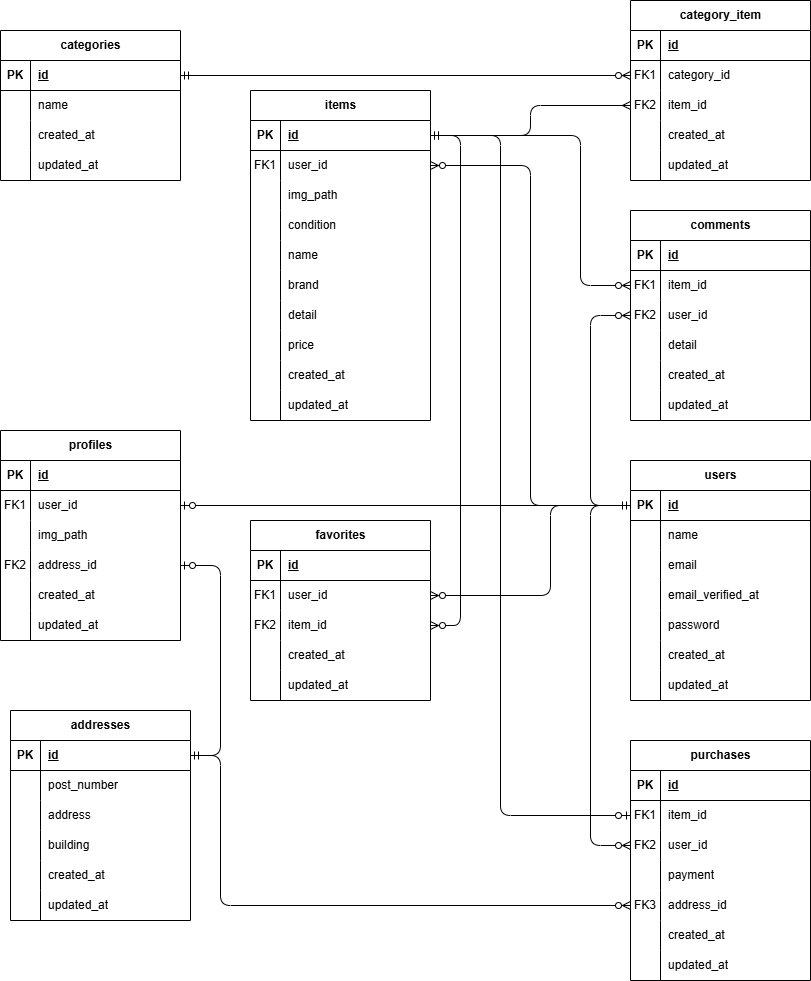
Earlier version of the draw.io export ER.drawio.png (kasahara-dev/kasahara-mogi1). Source tidied: cells renumbered, new cells last; positions are measured from the earlier drawing's top-left corner, leaving out a move shared by most shapes.
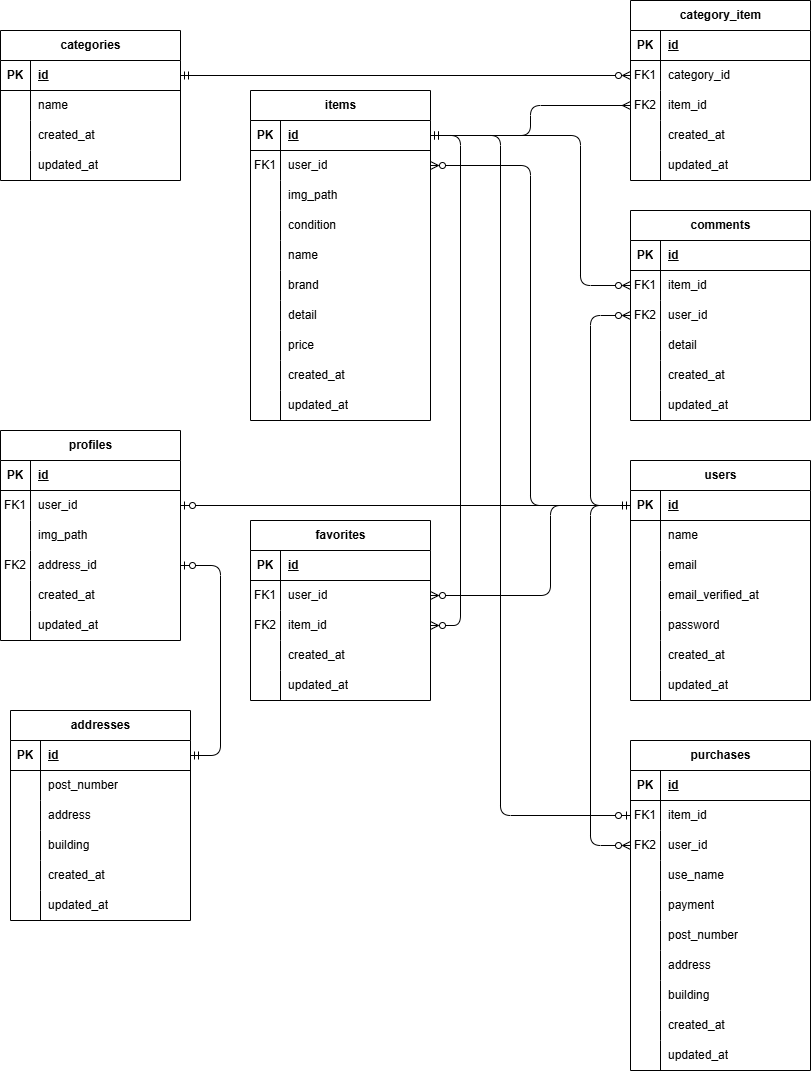
After the commit.

What changed in the source:
```diff
@@ -336,7 +336,7 @@
       <mxGeometry x="30" width="150" height="30" as="geometry" />
     </mxCell>
     <mxCell id="113" value="purchases" style="shape=table;startSize=30;rowLines=0;fontStyle=1;align=center;html=1;" parent="1" vertex="1">
-      <mxGeometry x="630" y="740" width="180" height="240" as="geometry" />
+      <mxGeometry x="630" y="740" width="180" height="330" as="geometry" />
     </mxCell>
     <mxCell id="114" style="shape=tableRow;horizontal=0;startSize=0;swimlaneHead=0;swimlaneBody=0;fillColor=none;top=0;left=0;right=0;bottom=1;" parent="113" vertex="1">
       <mxGeometry y="30" width="180" height="30" as="geometry" />
@@ -365,8 +365,17 @@
     <mxCell id="122" value="user_id" style="shape=partialRectangle;fillColor=none;top=0;left=0;bottom=0;right=0;align=left;spacingLeft=6;overflow=hidden;whiteSpace=wrap;html=1;" parent="120" vertex="1">
       <mxGeometry x="30" width="150" height="30" as="geometry" />
     </mxCell>
+    <mxCell id="191" style="shape=tableRow;horizontal=0;startSize=0;swimlaneHead=0;swimlaneBody=0;fillColor=none;top=0;left=0;right=0;bottom=0;" parent="113" vertex="1">
+      <mxGeometry y="120" width="180" height="30" as="geometry" />
+    </mxCell>
+    <mxCell id="192" style="shape=partialRectangle;fillColor=none;top=0;left=0;bottom=0;right=0;overflow=hidden;whiteSpace=wrap;html=1;" parent="191" vertex="1">
+      <mxGeometry width="30" height="30" as="geometry" />
+    </mxCell>
+    <mxCell id="193" value="use_name" style="shape=partialRectangle;fillColor=none;top=0;left=0;bottom=0;right=0;align=left;spacingLeft=6;overflow=hidden;whiteSpace=wrap;html=1;" parent="191" vertex="1">
+      <mxGeometry x="30" width="150" height="30" as="geometry" />
+    </mxCell>
     <mxCell id="123" style="shape=tableRow;horizontal=0;startSize=0;swimlaneHead=0;swimlaneBody=0;fillColor=none;top=0;left=0;right=0;bottom=0;" parent="113" vertex="1">
-      <mxGeometry y="120" width="180" height="30" as="geometry" />
+      <mxGeometry y="150" width="180" height="30" as="geometry" />
     </mxCell>
     <mxCell id="124" style="shape=partialRectangle;fillColor=none;top=0;left=0;bottom=0;right=0;overflow=hidden;whiteSpace=wrap;html=1;" parent="123" vertex="1">
       <mxGeometry width="30" height="30" as="geometry" />
@@ -375,16 +384,34 @@
       <mxGeometry x="30" width="150" height="30" as="geometry" />
     </mxCell>
     <mxCell id="126" style="shape=tableRow;horizontal=0;startSize=0;swimlaneHead=0;swimlaneBody=0;fillColor=none;points=[[0,0.5],[1,0.5]];portConstraint=eastwest;top=0;left=0;right=0;bottom=0;" parent="113" vertex="1">
-      <mxGeometry y="150" width="180" height="30" as="geometry" />
+      <mxGeometry y="180" width="180" height="30" as="geometry" />
     </mxCell>
-    <mxCell id="127" value="FK3" style="shape=partialRectangle;fillColor=none;top=0;left=0;bottom=0;right=0;overflow=hidden;whiteSpace=wrap;html=1;" parent="126" vertex="1">
+    <mxCell id="127" style="shape=partialRectangle;fillColor=none;top=0;left=0;bottom=0;right=0;overflow=hidden;whiteSpace=wrap;html=1;" parent="126" vertex="1">
       <mxGeometry width="30" height="30" as="geometry" />
     </mxCell>
-    <mxCell id="128" value="address_id" style="shape=partialRectangle;fillColor=none;top=0;left=0;bottom=0;right=0;align=left;spacingLeft=6;overflow=hidden;whiteSpace=wrap;html=1;" parent="126" vertex="1">
+    <mxCell id="128" value="post_number" style="shape=partialRectangle;fillColor=none;top=0;left=0;bottom=0;right=0;align=left;spacingLeft=6;overflow=hidden;whiteSpace=wrap;html=1;" parent="126" vertex="1">
       <mxGeometry x="30" width="150" height="30" as="geometry" />
     </mxCell>
+    <mxCell id="194" style="shape=tableRow;horizontal=0;startSize=0;swimlaneHead=0;swimlaneBody=0;fillColor=none;top=0;left=0;right=0;bottom=0;" parent="113" vertex="1">
+      <mxGeometry y="210" width="180" height="30" as="geometry" />
+    </mxCell>
+    <mxCell id="195" style="shape=partialRectangle;fillColor=none;top=0;left=0;bottom=0;right=0;overflow=hidden;whiteSpace=wrap;html=1;" parent="194" vertex="1">
+      <mxGeometry width="30" height="30" as="geometry" />
+    </mxCell>
+    <mxCell id="196" value="address" style="shape=partialRectangle;fillColor=none;top=0;left=0;bottom=0;right=0;align=left;spacingLeft=6;overflow=hidden;whiteSpace=wrap;html=1;" parent="194" vertex="1">
+      <mxGeometry x="30" width="150" height="30" as="geometry" />
+    </mxCell>
+    <mxCell id="197" style="shape=tableRow;horizontal=0;startSize=0;swimlaneHead=0;swimlaneBody=0;fillColor=none;top=0;left=0;right=0;bottom=0;" parent="113" vertex="1">
+      <mxGeometry y="240" width="180" height="30" as="geometry" />
+    </mxCell>
+    <mxCell id="198" style="shape=partialRectangle;fillColor=none;top=0;left=0;bottom=0;right=0;overflow=hidden;whiteSpace=wrap;html=1;" parent="197" vertex="1">
+      <mxGeometry width="30" height="30" as="geometry" />
+    </mxCell>
+    <mxCell id="199" value="building" style="shape=partialRectangle;fillColor=none;top=0;left=0;bottom=0;right=0;align=left;spacingLeft=6;overflow=hidden;whiteSpace=wrap;html=1;" parent="197" vertex="1">
+      <mxGeometry x="30" width="150" height="30" as="geometry" />
+    </mxCell>
     <mxCell id="129" style="shape=tableRow;horizontal=0;startSize=0;swimlaneHead=0;swimlaneBody=0;fillColor=none;top=0;left=0;right=0;bottom=0;" parent="113" vertex="1">
-      <mxGeometry y="180" width="180" height="30" as="geometry" />
+      <mxGeometry y="270" width="180" height="30" as="geometry" />
     </mxCell>
     <mxCell id="130" style="shape=partialRectangle;fillColor=none;top=0;left=0;bottom=0;right=0;overflow=hidden;whiteSpace=wrap;html=1;" parent="129" vertex="1">
       <mxGeometry width="30" height="30" as="geometry" />
@@ -393,7 +420,7 @@
       <mxGeometry x="30" width="150" height="30" as="geometry" />
     </mxCell>
     <mxCell id="132" style="shape=tableRow;horizontal=0;startSize=0;swimlaneHead=0;swimlaneBody=0;fillColor=none;top=0;left=0;right=0;bottom=0;" parent="113" vertex="1">
-      <mxGeometry y="210" width="180" height="30" as="geometry" />
+      <mxGeometry y="300" width="180" height="30" as="geometry" />
     </mxCell>
     <mxCell id="133" style="shape=partialRectangle;fillColor=none;top=0;left=0;bottom=0;right=0;overflow=hidden;whiteSpace=wrap;html=1;" parent="132" vertex="1">
       <mxGeometry width="30" height="30" as="geometry" />
@@ -568,14 +595,6 @@
         </Array>
       </mxGeometry>
     </mxCell>
-    <mxCell id="184" style="html=1;exitX=0;exitY=0.5;exitDx=0;exitDy=0;entryX=1;entryY=0.5;entryDx=0;entryDy=0;startArrow=ERzeroToMany;startFill=0;endArrow=none;endFill=0;edgeStyle=orthogonalEdgeStyle;" parent="1" edge="1" source="126" target="76">
-      <mxGeometry relative="1" as="geometry">
-        <Array as="points">
-          <mxPoint x="220" y="905" />
-          <mxPoint x="220" y="755" />
-        </Array>
-      </mxGeometry>
-    </mxCell>
     <mxCell id="185" style="html=1;exitX=0;exitY=0.5;exitDx=0;exitDy=0;entryX=1;entryY=0.5;entryDx=0;entryDy=0;startArrow=ERzeroToOne;startFill=0;endArrow=none;endFill=0;edgeStyle=orthogonalEdgeStyle;" parent="1" edge="1" source="117" target="45">
       <mxGeometry relative="1" as="geometry">
         <Array as="points">
```
